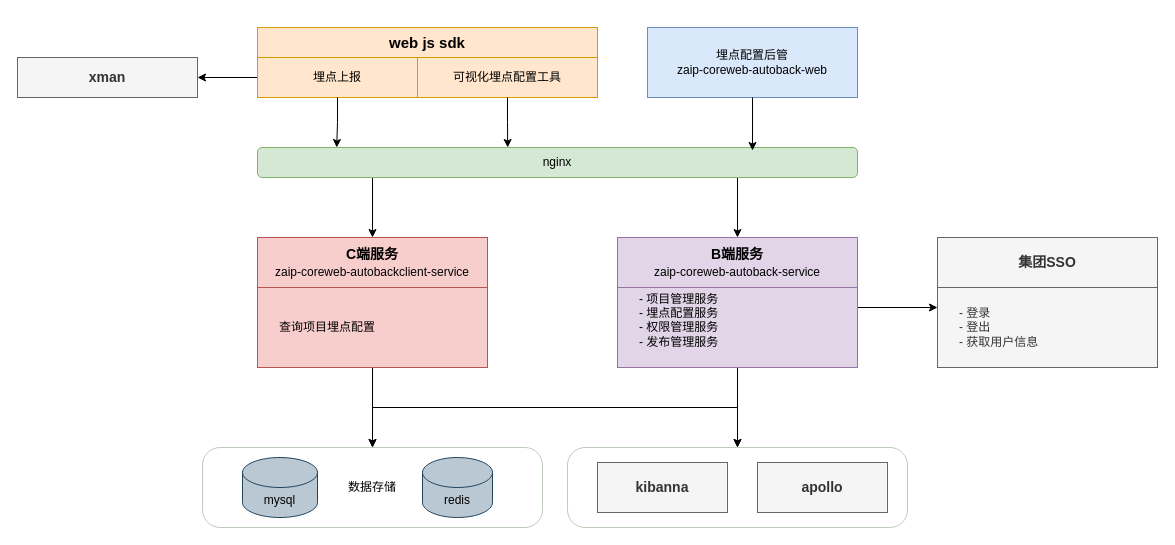
Before: 无代码埋点系统架构图.drawio in czxzc/iodraw-files, a draw.io diagram. Source tidied: cells renumbered, new cells numbered last; positions are measured from the earlier drawing's top-left corner, leaving out a move shared by most shapes. Both pictures are drawn from the tidied source at 100%, with x=0, y=0 at pixel (17, 27).
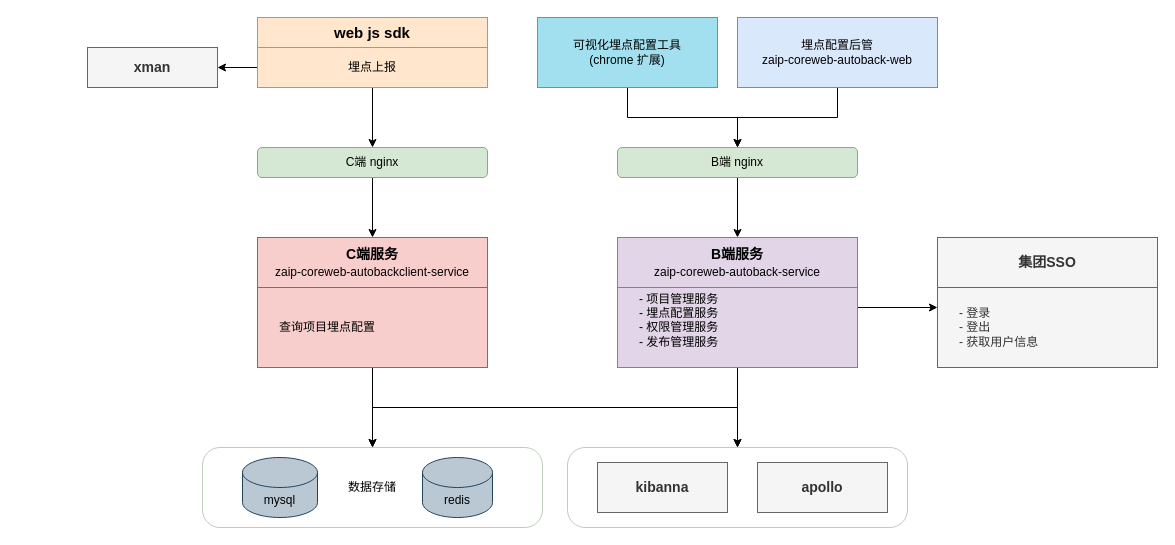
Above is the later version.

Commit message:
更新无代码埋点系统架构图.drawio

The change refers to these unchanged cells:
```xml
<mxCell id="7" value="C端服务&lt;br&gt;&lt;span style=&quot;font-size: 12px; font-weight: 400;&quot;&gt;zaip-coreweb-autobackclient-service&lt;/span&gt;" style="rounded=0;whiteSpace=wrap;html=1;fontStyle=1;fontSize=14;fillColor=#f8cecc;strokeColor=#b85450;" parent="1" vertex="1">
  <mxGeometry x="240" y="210" width="230" height="50" as="geometry" />
</mxCell>
<mxCell id="8" value="B端服务&lt;br style=&quot;font-size: 12px; font-weight: 400;&quot;&gt;&lt;span style=&quot;font-size: 12px; font-weight: 400;&quot;&gt;zaip-coreweb-autoback-service&lt;/span&gt;" style="rounded=0;whiteSpace=wrap;html=1;fontStyle=1;fontSize=14;fillColor=#e1d5e7;strokeColor=#9673a6;" parent="1" vertex="1">
  <mxGeometry x="600" y="210" width="240" height="50" as="geometry" />
</mxCell>
```

Diff of the diagram source:
```diff
@@
     <mxCell id="2" value="&lt;div&gt;&lt;b&gt;&lt;font style=&quot;font-size: 15px;&quot;&gt;web js sdk&lt;/font&gt;&lt;/b&gt;&lt;/div&gt;" style="rounded=0;whiteSpace=wrap;html=1;fillColor=#ffe6cc;strokeColor=#d79b00;" parent="1" vertex="1">
-      <mxGeometry x="240" width="340" height="30" as="geometry" />
+      <mxGeometry x="240" y="-10" width="230" height="30" as="geometry" />
     </mxCell>
+    <mxCell id="22" style="edgeStyle=orthogonalEdgeStyle;rounded=0;jettySize=auto;html=1;" parent="1" edge="1" source="3" target="20">
+      <mxGeometry relative="1" as="geometry" />
+    </mxCell>
-    <mxCell id="3" value="可视化埋点配置工具" style="rounded=0;whiteSpace=wrap;html=1;fillColor=#ffe6cc;strokeColor=#d79b00;" parent="1" vertex="1">
-      <mxGeometry x="400" y="30" width="180" height="40" as="geometry" />
+    <mxCell id="3" value="可视化埋点配置工具&lt;br&gt;(chrome 扩展)" style="rounded=0;whiteSpace=wrap;html=1;fillColor=light-dark(#a3e0ef, #1d293b);strokeColor=#6c8ebf;" parent="1" vertex="1">
+      <mxGeometry x="520" y="-10" width="180" height="70" as="geometry" />
     </mxCell>
@@
+    <mxCell id="31" style="edgeStyle=orthogonalEdgeStyle;rounded=0;jettySize=auto;html=1;exitX=0.5;exitY=1;exitDx=0;exitDy=0;entryX=0.5;entryY=0;entryDx=0;entryDy=0;" parent="1" edge="1" source="5" target="33">
+      <mxGeometry relative="1" as="geometry" />
+    </mxCell>
     <mxCell id="5" value="埋点上报" style="rounded=0;whiteSpace=wrap;html=1;fillColor=#ffe6cc;strokeColor=#d79b00;" parent="1" vertex="1">
-      <mxGeometry x="240" y="30" width="160" height="40" as="geometry" />
+      <mxGeometry x="240" y="20" width="230" height="40" as="geometry" />
     </mxCell>
+    <mxCell id="23" style="edgeStyle=orthogonalEdgeStyle;rounded=0;jettySize=auto;html=1;" parent="1" edge="1" source="6" target="20">
+      <mxGeometry relative="1" as="geometry" />
+    </mxCell>
     <mxCell id="6" value="埋点配置后管&lt;br&gt;zaip-coreweb-autoback-web" style="rounded=0;whiteSpace=wrap;html=1;fillColor=#dae8fc;strokeColor=#6c8ebf;" parent="1" vertex="1">
-      <mxGeometry x="630" width="210" height="70" as="geometry" />
+      <mxGeometry x="720" y="-10" width="200" height="70" as="geometry" />
     </mxCell>
@@
-    <mxCell id="18" style="edgeStyle=orthogonalEdgeStyle;rounded=0;jettySize=auto;html=1;exitX=0.75;exitY=1;exitDx=0;exitDy=0;entryX=0.5;entryY=0;entryDx=0;entryDy=0;" parent="1" edge="1" source="20" target="8">
-      <mxGeometry relative="1" as="geometry">
-        <Array as="points">
-          <mxPoint x="720" y="150" />
-        </Array>
-      </mxGeometry>
+    <mxCell id="18" style="edgeStyle=orthogonalEdgeStyle;rounded=0;jettySize=auto;html=1;exitX=0.5;exitY=1;exitDx=0;exitDy=0;entryX=0.5;entryY=0;entryDx=0;entryDy=0;" parent="1" edge="1" source="20" target="8">
+      <mxGeometry relative="1" as="geometry" />
     </mxCell>
-    <mxCell id="19" style="edgeStyle=orthogonalEdgeStyle;rounded=0;jettySize=auto;html=1;exitX=0.25;exitY=1;exitDx=0;exitDy=0;entryX=0.5;entryY=0;entryDx=0;entryDy=0;" parent="1" edge="1" source="20" target="7">
-      <mxGeometry relative="1" as="geometry">
-        <Array as="points">
-          <mxPoint x="355" y="150" />
-        </Array>
-      </mxGeometry>
-    </mxCell>
-    <mxCell id="20" value="nginx" style="rounded=1;whiteSpace=wrap;html=1;fillColor=#d5e8d4;strokeColor=#82b366;glass=0;shadow=0;imageAspect=1;gradientColor=none;" parent="1" vertex="1">
-      <mxGeometry x="240" y="120" width="600" height="30" as="geometry" />
+    <mxCell id="20" value="B端 nginx" style="rounded=1;whiteSpace=wrap;html=1;fillColor=#d5e8d4;strokeColor=#82b366;glass=0;shadow=0;imageAspect=1;gradientColor=none;rotation=0;" parent="1" vertex="1">
+      <mxGeometry x="600" y="120" width="240" height="30" as="geometry" />
     </mxCell>
-    <mxCell id="21" style="edgeStyle=orthogonalEdgeStyle;rounded=0;jettySize=auto;html=1;exitX=0.5;exitY=1;exitDx=0;exitDy=0;entryX=0.132;entryY=0;entryDx=0;entryDy=0;entryPerimeter=0;" parent="1" edge="1" source="5" target="20">
-      <mxGeometry relative="1" as="geometry" />
-    </mxCell>
-    <mxCell id="22" style="edgeStyle=orthogonalEdgeStyle;rounded=0;jettySize=auto;html=1;exitX=0.5;exitY=1;exitDx=0;exitDy=0;entryX=0.417;entryY=0;entryDx=0;entryDy=0;entryPerimeter=0;" parent="1" edge="1" source="3" target="20">
-      <mxGeometry relative="1" as="geometry" />
-    </mxCell>
-    <mxCell id="23" style="edgeStyle=orthogonalEdgeStyle;rounded=0;jettySize=auto;html=1;exitX=0.5;exitY=1;exitDx=0;exitDy=0;entryX=0.825;entryY=0.1;entryDx=0;entryDy=0;entryPerimeter=0;" parent="1" edge="1" source="6" target="20">
-      <mxGeometry relative="1" as="geometry" />
-    </mxCell>
@@
     <mxCell id="27" value="xman" style="rounded=0;whiteSpace=wrap;html=1;fontStyle=1;fontSize=14;fillColor=#f5f5f5;fontColor=#333333;strokeColor=#666666;" parent="1" vertex="1">
-      <mxGeometry y="30" width="180" height="40" as="geometry" />
+      <mxGeometry x="70" y="20" width="130" height="40" as="geometry" />
     </mxCell>
@@
+    <mxCell id="32" style="edgeStyle=orthogonalEdgeStyle;rounded=0;jettySize=auto;html=1;exitX=0.5;exitY=1;exitDx=0;exitDy=0;entryX=0.5;entryY=0;entryDx=0;entryDy=0;" parent="1" edge="1" source="33" target="7">
+      <mxGeometry relative="1" as="geometry" />
+    </mxCell>
+    <mxCell id="33" value="C端 nginx" style="rounded=1;whiteSpace=wrap;html=1;fillColor=#d5e8d4;strokeColor=#82b366;glass=0;shadow=0;imageAspect=1;gradientColor=none;rotation=0;" parent="1" vertex="1">
+      <mxGeometry x="240" y="120" width="230" height="30" as="geometry" />
+    </mxCell>
```
